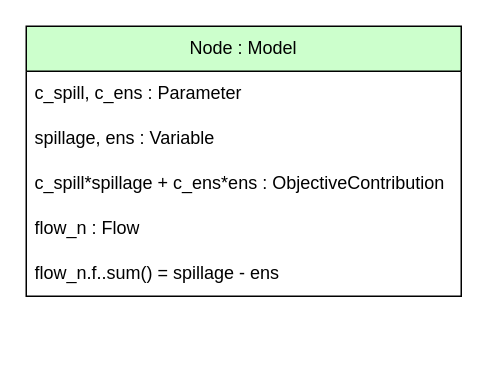
AntaresSimulatorTeam/andromede-modeling-prototype keeps this draw.io diagram as models-design/model_library/node.drawio. Above is the earlier version. Source tidied: cells renumbered, new cells numbered last; positions are measured from the earlier drawing's top-left corner, leaving out a move shared by most shapes. Both pictures are drawn from the tidied source at 150%, with x=0, y=0 at pixel (26, 26).
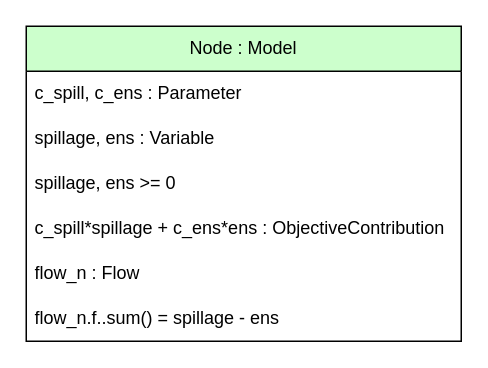
Above is the later version.

Change to the diagram source:
```diff
@@
 <mxGraphModel>
   <root>
     <mxCell id="0" />
     <mxCell id="1" parent="0" />
     <mxCell id="2" value="Node : Model" style="swimlane;fontStyle=0;horizontal=1;startSize=30;whiteSpace=wrap;html=1;fillColor=#CCFFCC;fontColor=#000000;" parent="1" vertex="1">
-      <mxGeometry width="290" height="180" as="geometry" />
+      <mxGeometry width="290" height="210" as="geometry" />
     </mxCell>
     <mxCell id="3" value="c_spill, c_ens : Parameter" style="text;strokeColor=none;fillColor=none;align=left;verticalAlign=middle;spacingLeft=4;spacingRight=4;overflow=hidden;whiteSpace=wrap;html=1;" parent="2" vertex="1">
       <mxGeometry y="30" width="290" height="30" as="geometry" />
     </mxCell>
     <mxCell id="4" value="spillage, ens : Variable" style="text;strokeColor=none;fillColor=none;align=left;verticalAlign=middle;spacingLeft=4;spacingRight=4;overflow=hidden;whiteSpace=wrap;html=1;" parent="2" vertex="1">
       <mxGeometry y="60" width="290" height="30" as="geometry" />
     </mxCell>
+    <mxCell id="8" value="spillage, ens &amp;gt;= 0" style="text;strokeColor=none;fillColor=none;align=left;verticalAlign=middle;spacingLeft=4;spacingRight=4;overflow=hidden;whiteSpace=wrap;html=1;" parent="2" vertex="1">
+      <mxGeometry y="90" width="290" height="30" as="geometry" />
+    </mxCell>
     <mxCell id="5" value="c_spill*spillage + c_ens*ens : ObjectiveContribution" style="text;strokeColor=none;fillColor=none;align=left;verticalAlign=middle;spacingLeft=4;spacingRight=4;overflow=hidden;whiteSpace=wrap;html=1;" parent="2" vertex="1">
-      <mxGeometry y="90" width="290" height="30" as="geometry" />
+      <mxGeometry y="120" width="290" height="30" as="geometry" />
     </mxCell>
     <mxCell id="6" value="flow_n : Flow" style="text;strokeColor=none;fillColor=none;align=left;verticalAlign=middle;spacingLeft=4;spacingRight=4;overflow=hidden;whiteSpace=wrap;html=1;" parent="2" vertex="1">
-      <mxGeometry y="120" width="290" height="30" as="geometry" />
+      <mxGeometry y="150" width="290" height="30" as="geometry" />
     </mxCell>
     <mxCell id="7" value="flow_n.f..sum() = spillage - ens" style="text;strokeColor=none;fillColor=none;align=left;verticalAlign=middle;spacingLeft=4;spacingRight=4;overflow=hidden;whiteSpace=wrap;html=1;" parent="2" vertex="1">
-      <mxGeometry y="150" width="290" height="30" as="geometry" />
+      <mxGeometry y="180" width="290" height="30" as="geometry" />
     </mxCell>
   </root>
 </mxGraphModel>
```
